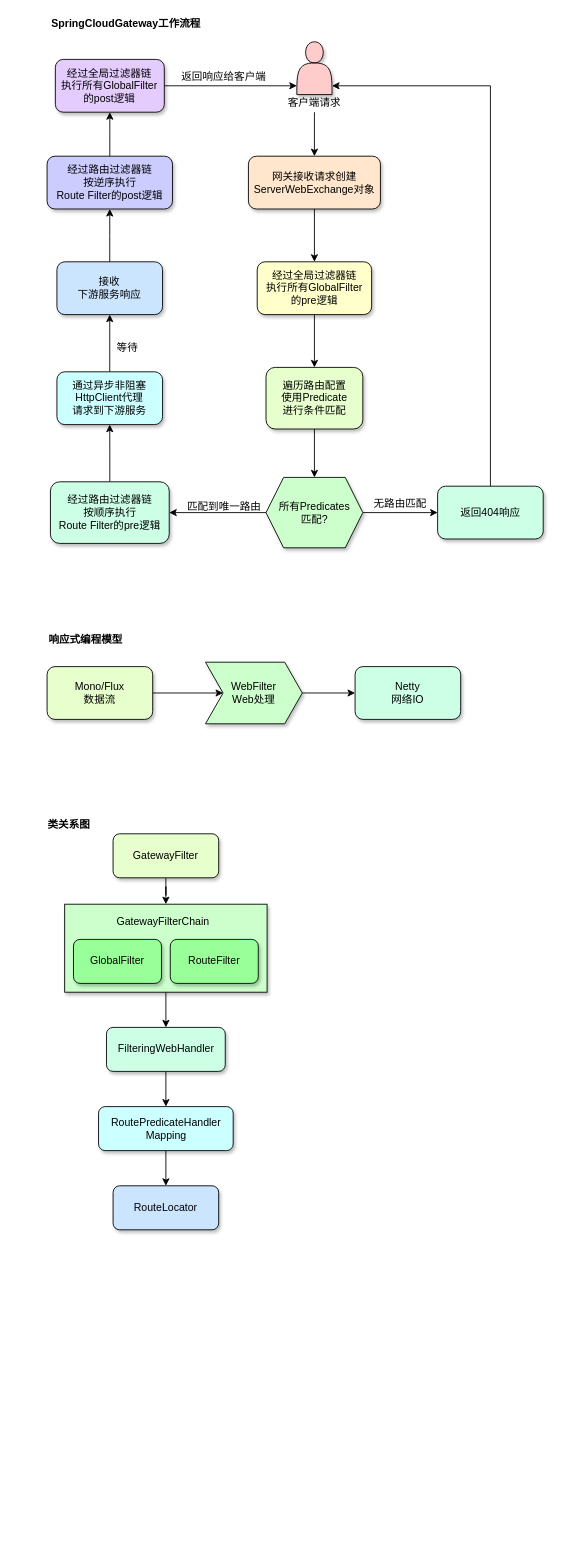
This is achitecture_diagram/SpringCloudGateway底层原理.drawio from abigalexy/online_drawing, a draw.io file, before an edit. Source tidied: cells renumbered, new cells numbered last; positions are measured from the earlier drawing's top-left corner, leaving out a move shared by most shapes. Both pictures are drawn from the tidied source at 88%, with x=0, y=0 at pixel (47, 15).
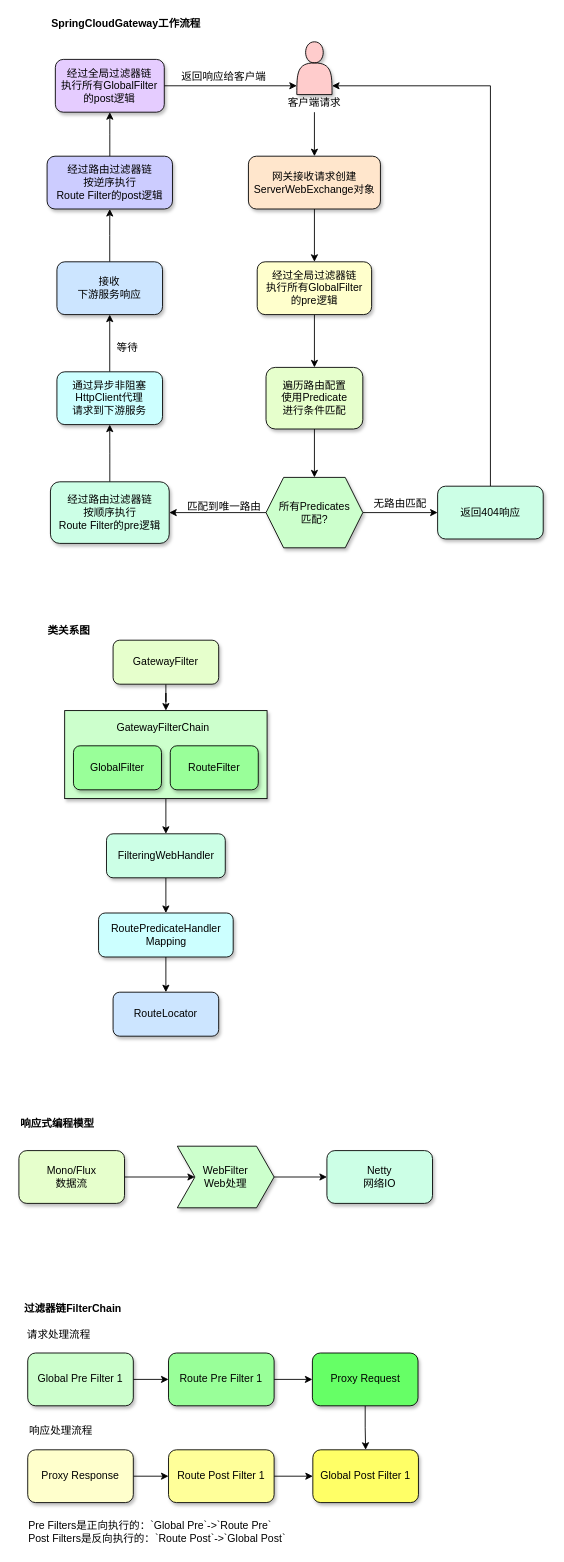
The same page after the edit.

Commit message:
更新SpringCloudGateway底层原理.drawio

Change to the diagram source:
```diff
@@
     <mxCell id="33" style="group;" parent="1" vertex="1">
-      <mxGeometry y="700" width="470" height="105" as="geometry" />
+      <mxGeometry x="-32" y="1250" width="470" height="105" as="geometry" />
     </mxCell>
@@
     <mxCell id="40" style="group;" parent="1" vertex="1">
-      <mxGeometry y="910" width="250" height="470" as="geometry" />
+      <mxGeometry y="690" width="250" height="470" as="geometry" />
     </mxCell>
@@
+    <mxCell id="54" style="group;" parent="1" vertex="1">
+      <mxGeometry x="-32" y="1460" width="454" height="281" as="geometry" />
+    </mxCell>
+    <mxCell id="55" style="edgeStyle=orthogonalEdgeStyle;rounded=0;jettySize=auto;html=1;entryX=0;entryY=0.5;entryDx=0;entryDy=0;" parent="54" edge="1" source="56" target="58">
+      <mxGeometry relative="1" as="geometry" />
+    </mxCell>
+    <mxCell id="56" value="Global Pre Filter 1" style="rounded=1;whiteSpace=wrap;html=1;fillColor=#CCFFCC;shadow=1;" parent="54" vertex="1">
+      <mxGeometry x="10" y="60" width="120" height="60" as="geometry" />
+    </mxCell>
+    <mxCell id="57" style="edgeStyle=orthogonalEdgeStyle;rounded=0;jettySize=auto;html=1;entryX=0;entryY=0.5;entryDx=0;entryDy=0;" parent="54" edge="1" source="58" target="60">
+      <mxGeometry relative="1" as="geometry" />
+    </mxCell>
+    <mxCell id="58" value="Route Pre Filter 1" style="rounded=1;whiteSpace=wrap;html=1;fillColor=#99FF99;shadow=1;" parent="54" vertex="1">
+      <mxGeometry x="170" y="60" width="120" height="60" as="geometry" />
+    </mxCell>
+    <mxCell id="59" style="edgeStyle=orthogonalEdgeStyle;rounded=0;jettySize=auto;html=1;entryX=0.5;entryY=0;entryDx=0;entryDy=0;" parent="54" edge="1" source="60" target="65">
+      <mxGeometry relative="1" as="geometry" />
+    </mxCell>
+    <mxCell id="60" value="Proxy Request" style="rounded=1;whiteSpace=wrap;html=1;fillColor=#66FF66;shadow=1;" parent="54" vertex="1">
+      <mxGeometry x="333.5" y="60" width="120" height="60" as="geometry" />
+    </mxCell>
+    <mxCell id="61" style="edgeStyle=orthogonalEdgeStyle;rounded=0;jettySize=auto;html=1;entryX=0;entryY=0.5;entryDx=0;entryDy=0;" parent="54" edge="1" source="62" target="64">
+      <mxGeometry relative="1" as="geometry" />
+    </mxCell>
+    <mxCell id="62" value="Proxy Response" style="rounded=1;whiteSpace=wrap;html=1;fillColor=#FFFFCC;shadow=1;" parent="54" vertex="1">
+      <mxGeometry x="10" y="170" width="120" height="60" as="geometry" />
+    </mxCell>
+    <mxCell id="63" style="edgeStyle=orthogonalEdgeStyle;rounded=0;jettySize=auto;html=1;entryX=0;entryY=0.5;entryDx=0;entryDy=0;" parent="54" edge="1" source="64" target="65">
+      <mxGeometry relative="1" as="geometry" />
+    </mxCell>
+    <mxCell id="64" value="Route Post Filter 1" style="rounded=1;whiteSpace=wrap;html=1;fillColor=#FFFF99;shadow=1;" parent="54" vertex="1">
+      <mxGeometry x="170" y="170" width="120" height="60" as="geometry" />
+    </mxCell>
+    <mxCell id="65" value="Global Post Filter 1" style="rounded=1;whiteSpace=wrap;html=1;fillColor=#FFFF66;shadow=1;" parent="54" vertex="1">
+      <mxGeometry x="334" y="170" width="120" height="60" as="geometry" />
+    </mxCell>
+    <mxCell id="66" value="请求处理流程" style="text;strokeColor=none;align=center;fillColor=none;html=1;verticalAlign=middle;whiteSpace=wrap;rounded=0;" parent="54" vertex="1">
+      <mxGeometry x="7.5" y="30" width="75" height="20" as="geometry" />
+    </mxCell>
+    <mxCell id="67" value="响应处理流程" style="text;strokeColor=none;align=center;fillColor=none;html=1;verticalAlign=middle;whiteSpace=wrap;rounded=0;" parent="54" vertex="1">
+      <mxGeometry x="8.8" y="140" width="77.5" height="16" as="geometry" />
+    </mxCell>
+    <mxCell id="68" value="&lt;div&gt;Pre Filters是正向执行的：`Global Pre`-&amp;gt;`Route Pre`&lt;/div&gt;&lt;div&gt;Post Filters是反向执行的：`Route Post`-&amp;gt;`Global Post`&lt;/div&gt;" style="text;strokeColor=none;align=left;fillColor=none;html=1;verticalAlign=middle;whiteSpace=wrap;rounded=0;" parent="54" vertex="1">
+      <mxGeometry x="8.8" y="245" width="301.2" height="36" as="geometry" />
+    </mxCell>
+    <mxCell id="69" value="&lt;b&gt;过滤器链FilterChain&lt;/b&gt;" style="text;strokeColor=none;align=center;fillColor=none;html=1;verticalAlign=middle;whiteSpace=wrap;rounded=0;" parent="54" vertex="1">
+      <mxGeometry width="122.5" height="20" as="geometry" />
+    </mxCell>
```
